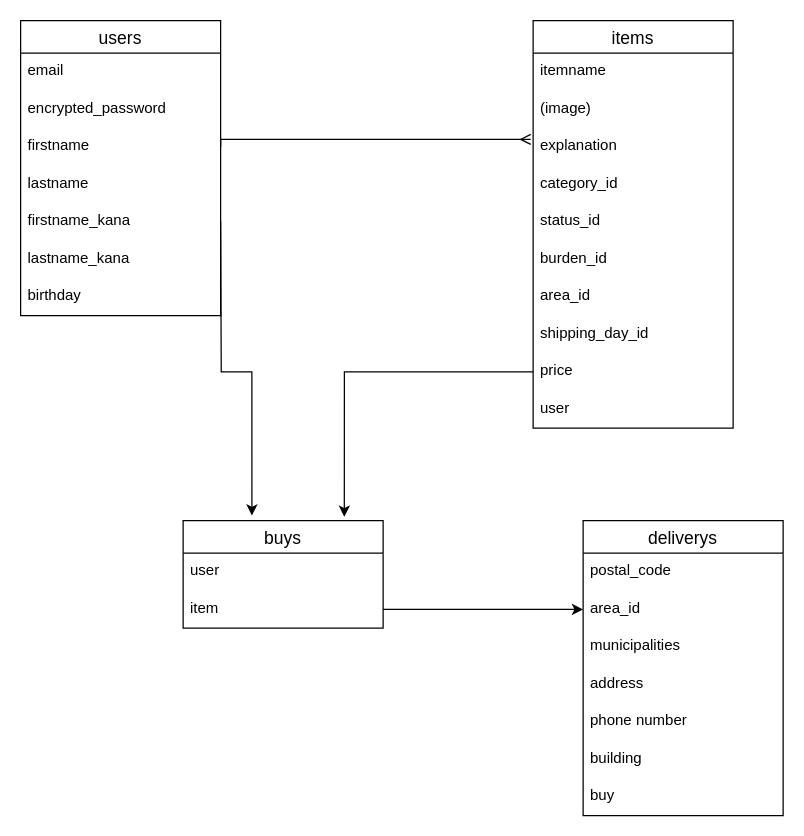
This is furima.dio from kei-toriki/furima-35199, a draw.io file, before an edit. Source tidied: cells renumbered, new cells numbered last; positions are measured from the earlier drawing's top-left corner, leaving out a move shared by most shapes. Both pictures are drawn from the tidied source at 125%, with x=0, y=0 at pixel (20, 20).
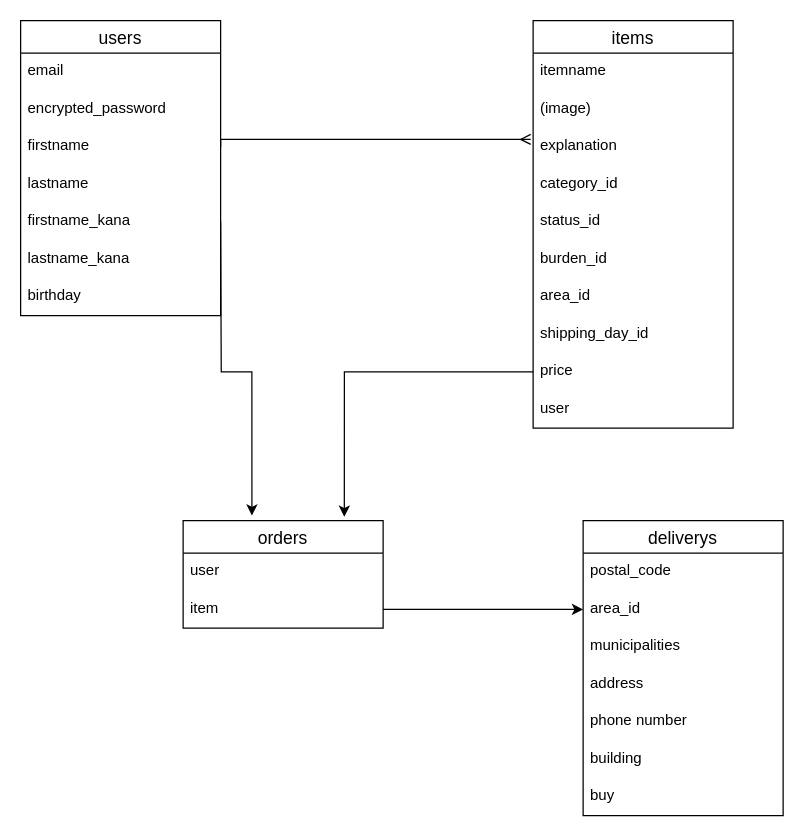
After the change.

Diff of the diagram source:
```diff
@@
-    <mxCell id="13" value="buys" style="swimlane;fontStyle=0;horizontal=1;startSize=26;align=center;fontSize=14;" parent="1" vertex="1">
+    <mxCell id="13" value="orders" style="swimlane;fontStyle=0;horizontal=1;startSize=26;align=center;fontSize=14;" parent="1" vertex="1">
       <mxGeometry x="130" y="400" width="160" height="86" as="geometry" />
     </mxCell>
```
